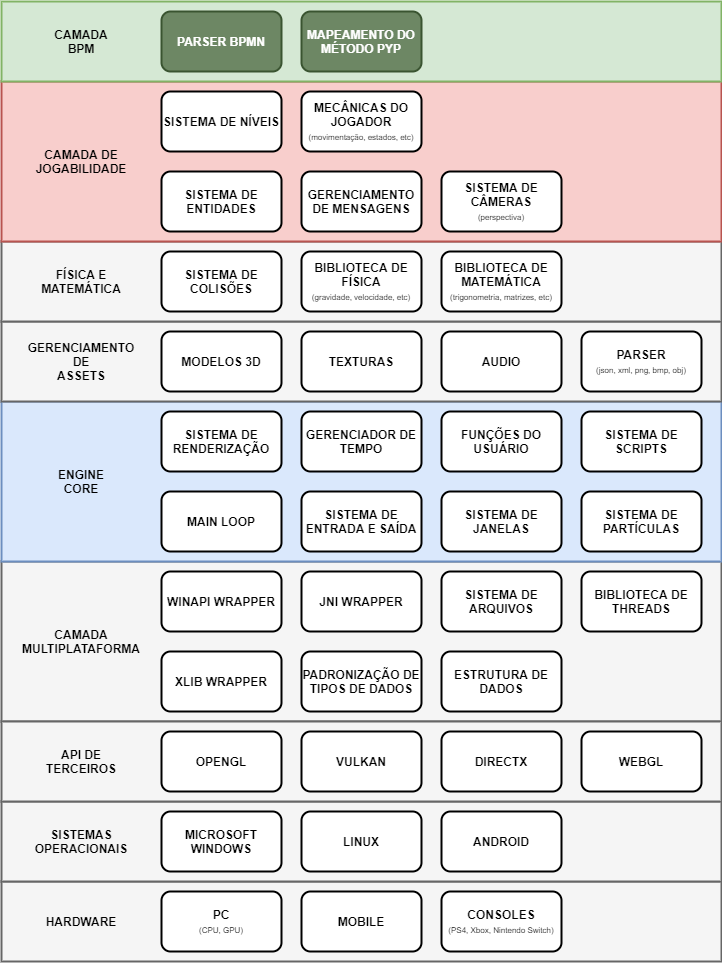
Earlier version of the draw.io export docs/images/visao-geral-alto-nivel.png (Keshizin/tcc-bpmge). Source tidied: cells renumbered, new cells last; positions are measured from the earlier drawing's top-left corner, leaving out a move shared by most shapes.
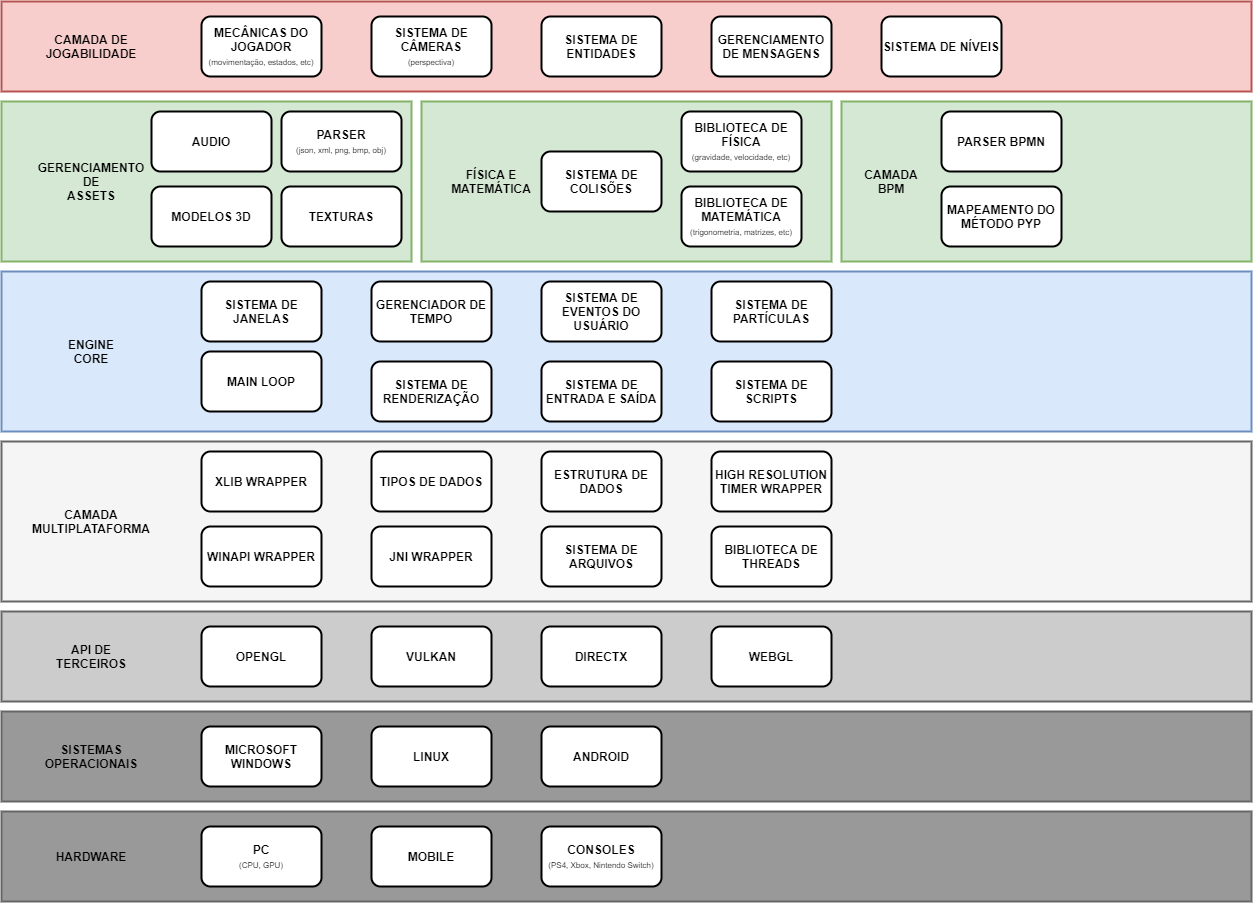
Later version of the same file.

Diff of the diagram source:
```diff
@@ -3,178 +3,178 @@
     <mxCell id="0" />
     <mxCell id="1" parent="0" />
     <mxCell id="2" style="rounded=0;whiteSpace=wrap;html=1;strokeWidth=2;fillColor=#f5f5f5;strokeColor=#666666;fontColor=#333333;" parent="1" vertex="1">
-      <mxGeometry y="560" width="720" height="160" as="geometry" />
+      <mxGeometry x="-440" y="480" width="1250" height="160" as="geometry" />
     </mxCell>
-    <mxCell id="3" style="rounded=0;whiteSpace=wrap;html=1;fillColor=#f5f5f5;strokeColor=#666666;fontColor=#333333;strokeWidth=2;" parent="1" vertex="1">
-      <mxGeometry y="880" width="720" height="80" as="geometry" />
+    <mxCell id="3" style="rounded=0;whiteSpace=wrap;html=1;fillColor=#999999;strokeColor=#666666;fontColor=#333333;strokeWidth=2;" parent="1" vertex="1">
+      <mxGeometry x="-440" y="850" width="1250" height="90" as="geometry" />
     </mxCell>
-    <mxCell id="4" style="rounded=0;whiteSpace=wrap;html=1;strokeWidth=2;fillColor=#f5f5f5;strokeColor=#666666;fontColor=#333333;" parent="1" vertex="1">
-      <mxGeometry y="800" width="720" height="80" as="geometry" />
+    <mxCell id="4" style="rounded=0;whiteSpace=wrap;html=1;strokeWidth=2;fillColor=#999999;strokeColor=#666666;fontColor=#333333;" parent="1" vertex="1">
+      <mxGeometry x="-440" y="750" width="1250" height="90" as="geometry" />
     </mxCell>
     <mxCell id="5" value="&lt;b&gt;PC&lt;/b&gt;&lt;br&gt;&lt;font style=&quot;font-size: 8px&quot;&gt;(CPU, GPU)&lt;/font&gt;" style="rounded=1;whiteSpace=wrap;html=1;strokeWidth=2;" parent="1" vertex="1">
-      <mxGeometry x="160" y="890" width="120" height="60" as="geometry" />
+      <mxGeometry x="-240" y="865" width="120" height="60" as="geometry" />
     </mxCell>
     <mxCell id="6" value="&lt;b&gt;MOBILE&lt;/b&gt;" style="rounded=1;whiteSpace=wrap;html=1;strokeWidth=2;" parent="1" vertex="1">
-      <mxGeometry x="300" y="890" width="120" height="60" as="geometry" />
+      <mxGeometry x="-70" y="865" width="120" height="60" as="geometry" />
     </mxCell>
     <mxCell id="7" value="&lt;b&gt;CONSOLES&lt;/b&gt;&lt;br&gt;&lt;font style=&quot;font-size: 8px&quot;&gt;(PS4, Xbox, Nintendo Switch)&lt;/font&gt;" style="rounded=1;whiteSpace=wrap;html=1;strokeWidth=2;" parent="1" vertex="1">
-      <mxGeometry x="440" y="890" width="120" height="60" as="geometry" />
+      <mxGeometry x="100" y="865" width="120" height="60" as="geometry" />
     </mxCell>
     <mxCell id="8" value="&lt;b&gt;HARDWARE&lt;/b&gt;" style="text;html=1;strokeColor=none;fillColor=none;align=center;verticalAlign=middle;whiteSpace=wrap;rounded=0;" parent="1" vertex="1">
-      <mxGeometry x="60" y="910" width="40" height="20" as="geometry" />
+      <mxGeometry x="-370" y="885" width="40" height="20" as="geometry" />
     </mxCell>
     <mxCell id="9" value="&lt;b&gt;MICROSOFT WINDOWS&lt;/b&gt;" style="rounded=1;whiteSpace=wrap;html=1;strokeWidth=2;" parent="1" vertex="1">
-      <mxGeometry x="160" y="810" width="120" height="60" as="geometry" />
+      <mxGeometry x="-240" y="765" width="120" height="60" as="geometry" />
     </mxCell>
     <mxCell id="10" value="&lt;b&gt;LINUX&lt;/b&gt;" style="rounded=1;whiteSpace=wrap;html=1;strokeWidth=2;" parent="1" vertex="1">
-      <mxGeometry x="300" y="810" width="120" height="60" as="geometry" />
+      <mxGeometry x="-70" y="765" width="120" height="60" as="geometry" />
     </mxCell>
-    <mxCell id="11" value="&lt;b&gt;Android&lt;/b&gt;" style="rounded=1;whiteSpace=wrap;html=1;strokeWidth=2;" parent="1" vertex="1">
-      <mxGeometry x="440" y="730" width="120" height="60" as="geometry" />
-    </mxCell>
     <mxCell id="12" value="&lt;b&gt;SISTEMAS OPERACIONAIS&lt;/b&gt;" style="text;html=1;strokeColor=none;fillColor=none;align=center;verticalAlign=middle;whiteSpace=wrap;rounded=0;" parent="1" vertex="1">
-      <mxGeometry x="60" y="830" width="40" height="20" as="geometry" />
+      <mxGeometry x="-370" y="785" width="40" height="20" as="geometry" />
     </mxCell>
-    <mxCell id="13" style="rounded=0;whiteSpace=wrap;html=1;strokeWidth=2;fillColor=#f5f5f5;strokeColor=#666666;fontColor=#333333;" parent="1" vertex="1">
-      <mxGeometry y="720" width="720" height="80" as="geometry" />
+    <mxCell id="13" style="rounded=0;whiteSpace=wrap;html=1;strokeWidth=2;fillColor=#CCCCCC;strokeColor=#666666;fontColor=#333333;" parent="1" vertex="1">
+      <mxGeometry x="-440" y="650" width="1250" height="90" as="geometry" />
     </mxCell>
     <mxCell id="14" value="&lt;b&gt;OPENGL&lt;/b&gt;" style="rounded=1;whiteSpace=wrap;html=1;strokeWidth=2;" parent="1" vertex="1">
-      <mxGeometry x="160" y="730" width="120" height="60" as="geometry" />
+      <mxGeometry x="-240" y="665" width="120" height="60" as="geometry" />
     </mxCell>
     <mxCell id="15" value="&lt;b&gt;VULKAN&lt;/b&gt;" style="rounded=1;whiteSpace=wrap;html=1;strokeWidth=2;" parent="1" vertex="1">
-      <mxGeometry x="300" y="730" width="120" height="60" as="geometry" />
+      <mxGeometry x="-70" y="665" width="120" height="60" as="geometry" />
     </mxCell>
     <mxCell id="16" value="&lt;b&gt;DIRECTX&lt;/b&gt;" style="rounded=1;whiteSpace=wrap;html=1;strokeWidth=2;" parent="1" vertex="1">
-      <mxGeometry x="440" y="730" width="120" height="60" as="geometry" />
+      <mxGeometry x="100" y="665" width="120" height="60" as="geometry" />
     </mxCell>
     <mxCell id="17" value="&lt;b&gt;API DE TERCEIROS&lt;/b&gt;" style="text;html=1;strokeColor=none;fillColor=none;align=center;verticalAlign=middle;whiteSpace=wrap;rounded=0;" parent="1" vertex="1">
-      <mxGeometry x="60" y="750" width="40" height="20" as="geometry" />
+      <mxGeometry x="-370" y="685" width="40" height="20" as="geometry" />
     </mxCell>
     <mxCell id="18" value="&lt;b&gt;WINAPI WRAPPER&lt;/b&gt;" style="rounded=1;whiteSpace=wrap;html=1;strokeWidth=2;" parent="1" vertex="1">
-      <mxGeometry x="160" y="570" width="120" height="60" as="geometry" />
+      <mxGeometry x="-240" y="565" width="120" height="60" as="geometry" />
     </mxCell>
     <mxCell id="19" value="&lt;b&gt;XLIB WRAPPER&lt;/b&gt;" style="rounded=1;whiteSpace=wrap;html=1;strokeWidth=2;" parent="1" vertex="1">
-      <mxGeometry x="160" y="650" width="120" height="60" as="geometry" />
+      <mxGeometry x="-240" y="490" width="120" height="60" as="geometry" />
     </mxCell>
     <mxCell id="20" value="&lt;b&gt;CAMADA MULTIPLATAFORMA&lt;br&gt;&lt;/b&gt;" style="text;html=1;strokeColor=none;fillColor=none;align=center;verticalAlign=middle;whiteSpace=wrap;rounded=0;" parent="1" vertex="1">
-      <mxGeometry x="60" y="630" width="40" height="20" as="geometry" />
+      <mxGeometry x="-370" y="550" width="40" height="20" as="geometry" />
     </mxCell>
     <mxCell id="21" value="&lt;b&gt;JNI WRAPPER&lt;/b&gt;" style="rounded=1;whiteSpace=wrap;html=1;strokeWidth=2;" parent="1" vertex="1">
-      <mxGeometry x="300" y="570" width="120" height="60" as="geometry" />
+      <mxGeometry x="-70" y="565" width="120" height="60" as="geometry" />
     </mxCell>
     <mxCell id="22" value="&lt;b&gt;WEBGL&lt;/b&gt;" style="rounded=1;whiteSpace=wrap;html=1;strokeWidth=2;" parent="1" vertex="1">
-      <mxGeometry x="580" y="730" width="120" height="60" as="geometry" />
+      <mxGeometry x="270" y="665" width="120" height="60" as="geometry" />
     </mxCell>
     <mxCell id="23" style="rounded=0;whiteSpace=wrap;html=1;strokeWidth=2;fillColor=#dae8fc;strokeColor=#6c8ebf;" parent="1" vertex="1">
-      <mxGeometry y="400" width="720" height="160" as="geometry" />
+      <mxGeometry x="-440" y="310" width="1250" height="160" as="geometry" />
     </mxCell>
     <mxCell id="24" value="&lt;b&gt;MAIN LOOP&lt;/b&gt;" style="rounded=1;whiteSpace=wrap;html=1;strokeWidth=2;" parent="1" vertex="1">
-      <mxGeometry x="160" y="490" width="120" height="60" as="geometry" />
+      <mxGeometry x="-240" y="390" width="120" height="60" as="geometry" />
     </mxCell>
     <mxCell id="25" value="&lt;b&gt;SISTEMA DE ENTRADA E SAÍDA&lt;/b&gt;" style="rounded=1;whiteSpace=wrap;html=1;strokeWidth=2;" parent="1" vertex="1">
-      <mxGeometry x="300" y="490" width="120" height="60" as="geometry" />
+      <mxGeometry x="100" y="400" width="120" height="60" as="geometry" />
     </mxCell>
     <mxCell id="26" value="&lt;b&gt;SISTEMA DE JANELAS&lt;/b&gt;" style="rounded=1;whiteSpace=wrap;html=1;strokeWidth=2;" parent="1" vertex="1">
-      <mxGeometry x="440" y="490" width="120" height="60" as="geometry" />
+      <mxGeometry x="-240" y="320" width="120" height="60" as="geometry" />
     </mxCell>
     <mxCell id="27" value="&lt;b&gt;SISTEMA DE RENDERIZAÇÃO&lt;/b&gt;" style="rounded=1;whiteSpace=wrap;html=1;strokeWidth=2;" parent="1" vertex="1">
-      <mxGeometry x="160" y="410" width="120" height="60" as="geometry" />
+      <mxGeometry x="-70" y="400" width="120" height="60" as="geometry" />
     </mxCell>
     <mxCell id="28" value="&lt;b&gt;GERENCIADOR DE&lt;br&gt;TEMPO&lt;/b&gt;" style="rounded=1;whiteSpace=wrap;html=1;strokeWidth=2;" parent="1" vertex="1">
-      <mxGeometry x="300" y="410" width="120" height="60" as="geometry" />
+      <mxGeometry x="-70" y="320" width="120" height="60" as="geometry" />
     </mxCell>
-    <mxCell id="29" value="&lt;b&gt;FUNÇÕES DO USUÁRIO&lt;/b&gt;" style="rounded=1;whiteSpace=wrap;html=1;strokeWidth=2;" parent="1" vertex="1">
-      <mxGeometry x="440" y="410" width="120" height="60" as="geometry" />
+    <mxCell id="29" value="&lt;b&gt;SISTEMA DE EVENTOS DO USUÁRIO&lt;/b&gt;" style="rounded=1;whiteSpace=wrap;html=1;strokeWidth=2;" parent="1" vertex="1">
+      <mxGeometry x="100" y="320" width="120" height="60" as="geometry" />
     </mxCell>
     <mxCell id="30" value="&lt;b&gt;ENGINE CORE&lt;/b&gt;" style="text;html=1;strokeColor=none;fillColor=none;align=center;verticalAlign=middle;whiteSpace=wrap;rounded=0;" parent="1" vertex="1">
-      <mxGeometry x="60" y="470" width="40" height="20" as="geometry" />
+      <mxGeometry x="-370" y="380" width="40" height="20" as="geometry" />
     </mxCell>
-    <mxCell id="31" style="rounded=0;whiteSpace=wrap;html=1;strokeWidth=2;fillColor=#f5f5f5;strokeColor=#666666;fontColor=#333333;" parent="1" vertex="1">
-      <mxGeometry y="320" width="720" height="80" as="geometry" />
+    <mxCell id="31" style="rounded=0;whiteSpace=wrap;html=1;strokeWidth=2;fillColor=#d5e8d4;strokeColor=#82b366;" parent="1" vertex="1">
+      <mxGeometry x="-440" y="140" width="410" height="160" as="geometry" />
     </mxCell>
     <mxCell id="32" value="&lt;b&gt;MODELOS 3D&lt;/b&gt;" style="rounded=1;whiteSpace=wrap;html=1;strokeWidth=2;" parent="1" vertex="1">
-      <mxGeometry x="160" y="330" width="120" height="60" as="geometry" />
+      <mxGeometry x="-290" y="225" width="120" height="60" as="geometry" />
     </mxCell>
     <mxCell id="33" value="&lt;b&gt;TEXTURAS&lt;/b&gt;" style="rounded=1;whiteSpace=wrap;html=1;strokeWidth=2;" parent="1" vertex="1">
-      <mxGeometry x="300" y="330" width="120" height="60" as="geometry" />
+      <mxGeometry x="-160" y="225" width="120" height="60" as="geometry" />
     </mxCell>
     <mxCell id="34" value="&lt;b&gt;AUDIO&lt;/b&gt;" style="rounded=1;whiteSpace=wrap;html=1;strokeWidth=2;" parent="1" vertex="1">
-      <mxGeometry x="440" y="330" width="120" height="60" as="geometry" />
+      <mxGeometry x="-290" y="150" width="120" height="60" as="geometry" />
     </mxCell>
     <mxCell id="35" value="&lt;b&gt;GERENCIAMENTO&lt;br&gt;DE&lt;br&gt;ASSETS&lt;/b&gt;" style="text;html=1;strokeColor=none;fillColor=none;align=center;verticalAlign=middle;whiteSpace=wrap;rounded=0;" parent="1" vertex="1">
-      <mxGeometry x="60" y="350" width="40" height="20" as="geometry" />
+      <mxGeometry x="-370" y="210" width="40" height="20" as="geometry" />
     </mxCell>
-    <mxCell id="36" style="rounded=0;whiteSpace=wrap;html=1;strokeWidth=2;fillColor=#f5f5f5;strokeColor=#666666;fontColor=#333333;" parent="1" vertex="1">
-      <mxGeometry y="240" width="720" height="80" as="geometry" />
+    <mxCell id="36" style="rounded=0;whiteSpace=wrap;html=1;strokeWidth=2;fillColor=#d5e8d4;strokeColor=#82b366;" parent="1" vertex="1">
+      <mxGeometry x="-20" y="140" width="410" height="160" as="geometry" />
     </mxCell>
     <mxCell id="37" value="&lt;b&gt;SISTEMA DE COLISÕES&lt;/b&gt;" style="rounded=1;whiteSpace=wrap;html=1;strokeWidth=2;" parent="1" vertex="1">
-      <mxGeometry x="160" y="250" width="120" height="60" as="geometry" />
+      <mxGeometry x="100" y="190" width="120" height="60" as="geometry" />
     </mxCell>
     <mxCell id="38" value="&lt;b&gt;BIBLIOTECA DE FÍSICA&lt;/b&gt;&lt;br&gt;&lt;font style=&quot;font-size: 8px&quot;&gt;(gravidade, velocidade, etc)&lt;/font&gt;" style="rounded=1;whiteSpace=wrap;html=1;strokeWidth=2;" parent="1" vertex="1">
-      <mxGeometry x="300" y="250" width="120" height="60" as="geometry" />
+      <mxGeometry x="240" y="150" width="120" height="60" as="geometry" />
     </mxCell>
     <mxCell id="39" value="&lt;b&gt;SISTEMA DE SCRIPTS&lt;/b&gt;" style="rounded=1;whiteSpace=wrap;html=1;strokeWidth=2;" parent="1" vertex="1">
-      <mxGeometry x="580" y="410" width="120" height="60" as="geometry" />
+      <mxGeometry x="270" y="400" width="120" height="60" as="geometry" />
     </mxCell>
     <mxCell id="40" value="&lt;b&gt;FÍSICA E MATEMÁTICA&lt;/b&gt;" style="text;html=1;strokeColor=none;fillColor=none;align=center;verticalAlign=middle;whiteSpace=wrap;rounded=0;" parent="1" vertex="1">
-      <mxGeometry x="60" y="270" width="40" height="20" as="geometry" />
+      <mxGeometry x="30" y="210" width="40" height="20" as="geometry" />
     </mxCell>
     <mxCell id="41" value="&lt;b&gt;BIBLIOTECA DE&lt;/b&gt;&lt;br&gt;&lt;b&gt;MATEMÁTICA&lt;/b&gt;&lt;br&gt;&lt;font style=&quot;font-size: 8px&quot;&gt;(trigonometria, matrizes, etc)&lt;/font&gt;" style="rounded=1;whiteSpace=wrap;html=1;strokeWidth=2;" parent="1" vertex="1">
-      <mxGeometry x="440" y="250" width="120" height="60" as="geometry" />
+      <mxGeometry x="240" y="225" width="120" height="60" as="geometry" />
     </mxCell>
     <mxCell id="42" style="rounded=0;whiteSpace=wrap;html=1;strokeWidth=2;fillColor=#f8cecc;strokeColor=#b85450;" parent="1" vertex="1">
-      <mxGeometry y="80" width="720" height="160" as="geometry" />
+      <mxGeometry x="-440" y="40" width="1250" height="90" as="geometry" />
     </mxCell>
     <mxCell id="43" value="&lt;b&gt;CAMADA DE JOGABILIDADE&lt;/b&gt;" style="text;html=1;strokeColor=none;fillColor=none;align=center;verticalAlign=middle;whiteSpace=wrap;rounded=0;" parent="1" vertex="1">
-      <mxGeometry x="60" y="150" width="40" height="20" as="geometry" />
+      <mxGeometry x="-370" y="75" width="40" height="20" as="geometry" />
     </mxCell>
     <mxCell id="44" value="&lt;b&gt;SISTEMA DE ENTIDADES&lt;/b&gt;" style="rounded=1;whiteSpace=wrap;html=1;strokeWidth=2;" parent="1" vertex="1">
-      <mxGeometry x="160" y="170" width="120" height="60" as="geometry" />
+      <mxGeometry x="100" y="55" width="120" height="60" as="geometry" />
     </mxCell>
     <mxCell id="45" value="&lt;b&gt;SISTEMA DE NÍVEIS&lt;/b&gt;" style="rounded=1;whiteSpace=wrap;html=1;strokeWidth=2;" parent="1" vertex="1">
-      <mxGeometry x="160" y="90" width="120" height="60" as="geometry" />
+      <mxGeometry x="440" y="55" width="120" height="60" as="geometry" />
     </mxCell>
     <mxCell id="46" value="&lt;b&gt;GERENCIAMENTO DE MENSAGENS&lt;/b&gt;" style="rounded=1;whiteSpace=wrap;html=1;strokeWidth=2;" parent="1" vertex="1">
-      <mxGeometry x="300" y="170" width="120" height="60" as="geometry" />
+      <mxGeometry x="270" y="55" width="120" height="60" as="geometry" />
     </mxCell>
     <mxCell id="47" value="&lt;b&gt;SISTEMA DE PARTÍCULAS&lt;/b&gt;" style="rounded=1;whiteSpace=wrap;html=1;strokeWidth=2;" parent="1" vertex="1">
-      <mxGeometry x="580" y="490" width="120" height="60" as="geometry" />
+      <mxGeometry x="270" y="320" width="120" height="60" as="geometry" />
     </mxCell>
     <mxCell id="48" value="&lt;b&gt;MECÂNICAS DO JOGADOR&lt;/b&gt;&lt;br&gt;&lt;font style=&quot;font-size: 8px&quot;&gt;(movimentação, estados, etc)&lt;/font&gt;" style="rounded=1;whiteSpace=wrap;html=1;strokeWidth=2;" parent="1" vertex="1">
-      <mxGeometry x="300" y="90" width="120" height="60" as="geometry" />
+      <mxGeometry x="-240" y="55" width="120" height="60" as="geometry" />
     </mxCell>
     <mxCell id="49" value="&lt;b&gt;SISTEMA DE CÂMERAS&lt;/b&gt;&lt;br&gt;&lt;font style=&quot;font-size: 8px&quot;&gt;(perspectiva)&lt;/font&gt;" style="rounded=1;whiteSpace=wrap;html=1;strokeWidth=2;" parent="1" vertex="1">
-      <mxGeometry x="440" y="170" width="120" height="60" as="geometry" />
+      <mxGeometry x="-70" y="55" width="120" height="60" as="geometry" />
     </mxCell>
-    <mxCell id="50" value="&lt;b&gt;PADRONIZAÇÃO DE TIPOS DE DADOS&lt;/b&gt;" style="rounded=1;whiteSpace=wrap;html=1;strokeWidth=2;" parent="1" vertex="1">
-      <mxGeometry x="300" y="650" width="120" height="60" as="geometry" />
+    <mxCell id="50" value="&lt;b&gt;TIPOS DE DADOS&lt;/b&gt;" style="rounded=1;whiteSpace=wrap;html=1;strokeWidth=2;" parent="1" vertex="1">
+      <mxGeometry x="-70" y="490" width="120" height="60" as="geometry" />
     </mxCell>
     <mxCell id="51" value="&lt;b&gt;SISTEMA DE ARQUIVOS&lt;/b&gt;" style="rounded=1;whiteSpace=wrap;html=1;strokeWidth=2;" parent="1" vertex="1">
-      <mxGeometry x="440" y="570" width="120" height="60" as="geometry" />
+      <mxGeometry x="100" y="565" width="120" height="60" as="geometry" />
     </mxCell>
     <mxCell id="52" value="&lt;b&gt;BIBLIOTECA DE THREADS&lt;/b&gt;" style="rounded=1;whiteSpace=wrap;html=1;strokeWidth=2;" parent="1" vertex="1">
-      <mxGeometry x="580" y="570" width="120" height="60" as="geometry" />
+      <mxGeometry x="270" y="565" width="120" height="60" as="geometry" />
     </mxCell>
     <mxCell id="53" value="&lt;b&gt;ESTRUTURA DE DADOS&lt;/b&gt;" style="rounded=1;whiteSpace=wrap;html=1;strokeWidth=2;" parent="1" vertex="1">
-      <mxGeometry x="440" y="650" width="120" height="60" as="geometry" />
+      <mxGeometry x="100" y="490" width="120" height="60" as="geometry" />
     </mxCell>
     <mxCell id="54" style="rounded=0;whiteSpace=wrap;html=1;strokeWidth=2;fillColor=#d5e8d4;strokeColor=#82b366;" parent="1" vertex="1">
-      <mxGeometry width="720" height="80" as="geometry" />
+      <mxGeometry x="400" y="140" width="410" height="160" as="geometry" />
     </mxCell>
     <mxCell id="55" value="&lt;b&gt;CAMADA BPM&lt;/b&gt;" style="text;html=1;strokeColor=none;fillColor=none;align=center;verticalAlign=middle;whiteSpace=wrap;rounded=0;" parent="1" vertex="1">
-      <mxGeometry x="60" y="30" width="40" height="20" as="geometry" />
+      <mxGeometry x="430" y="210" width="40" height="20" as="geometry" />
     </mxCell>
-    <mxCell id="56" value="&lt;b&gt;PARSER BPMN&lt;/b&gt;" style="rounded=1;whiteSpace=wrap;html=1;strokeWidth=2;fillColor=#6d8764;strokeColor=#3A5431;fontColor=#ffffff;" parent="1" vertex="1">
-      <mxGeometry x="160" y="10" width="120" height="60" as="geometry" />
+    <mxCell id="56" value="&lt;b&gt;PARSER BPMN&lt;/b&gt;" style="rounded=1;whiteSpace=wrap;html=1;strokeWidth=2;" parent="1" vertex="1">
+      <mxGeometry x="500" y="150" width="120" height="60" as="geometry" />
     </mxCell>
-    <mxCell id="57" value="MAPEAMENTO DO MÉTODO PYP" style="rounded=1;whiteSpace=wrap;html=1;strokeWidth=2;fontStyle=1;fillColor=#6d8764;strokeColor=#3A5431;fontColor=#ffffff;" parent="1" vertex="1">
-      <mxGeometry x="300" y="10" width="120" height="60" as="geometry" />
+    <mxCell id="57" value="MAPEAMENTO DO MÉTODO PYP" style="rounded=1;whiteSpace=wrap;html=1;strokeWidth=2;fontStyle=1;" parent="1" vertex="1">
+      <mxGeometry x="500" y="225" width="120" height="60" as="geometry" />
     </mxCell>
     <mxCell id="58" value="&lt;b&gt;PARSER&lt;/b&gt;&lt;br&gt;&lt;font style=&quot;font-size: 8px&quot;&gt;(json, xml, png, bmp, obj)&lt;/font&gt;" style="rounded=1;whiteSpace=wrap;html=1;strokeWidth=2;" parent="1" vertex="1">
-      <mxGeometry x="580" y="330" width="120" height="60" as="geometry" />
+      <mxGeometry x="-160" y="150" width="120" height="60" as="geometry" />
     </mxCell>
     <mxCell id="59" value="&lt;b&gt;ANDROID&lt;/b&gt;" style="rounded=1;whiteSpace=wrap;html=1;strokeWidth=2;" parent="1" vertex="1">
-      <mxGeometry x="440" y="810" width="120" height="60" as="geometry" />
+      <mxGeometry x="100" y="765" width="120" height="60" as="geometry" />
     </mxCell>
+    <mxCell id="60" value="&lt;b&gt;HIGH RESOLUTION TIMER WRAPPER&lt;/b&gt;" style="rounded=1;whiteSpace=wrap;html=1;strokeWidth=2;" parent="1" vertex="1">
+      <mxGeometry x="270" y="490" width="120" height="60" as="geometry" />
+    </mxCell>
   </root>
 </mxGraphModel>
```
